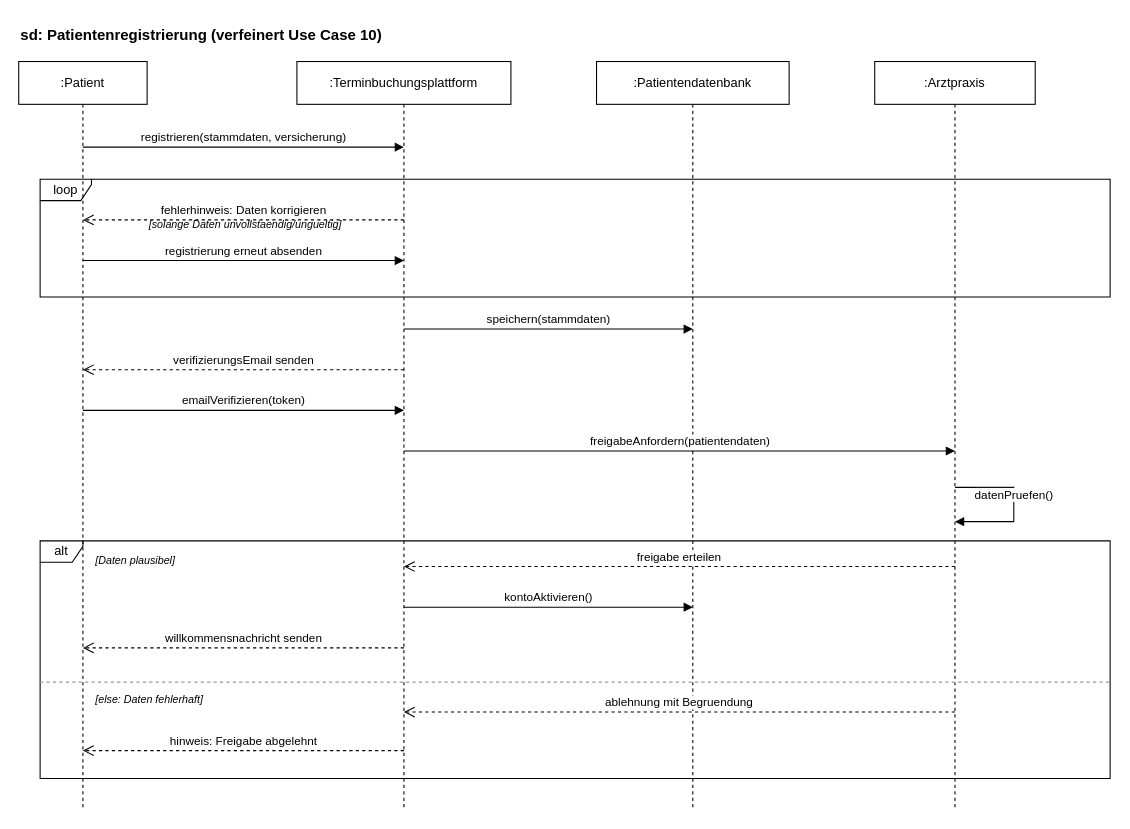
Earlier version of the draw.io diagram Sequenzdiagramme/05-Patientenregistrierung.drawio (LucaD2007/AutoMedic). Source tidied: cells renumbered, new cells numbered last; positions are measured from the earlier drawing's top-left corner, leaving out a move shared by most shapes. Both pictures are drawn from the tidied source at 107%, with x=0, y=0 at pixel (18, 18).
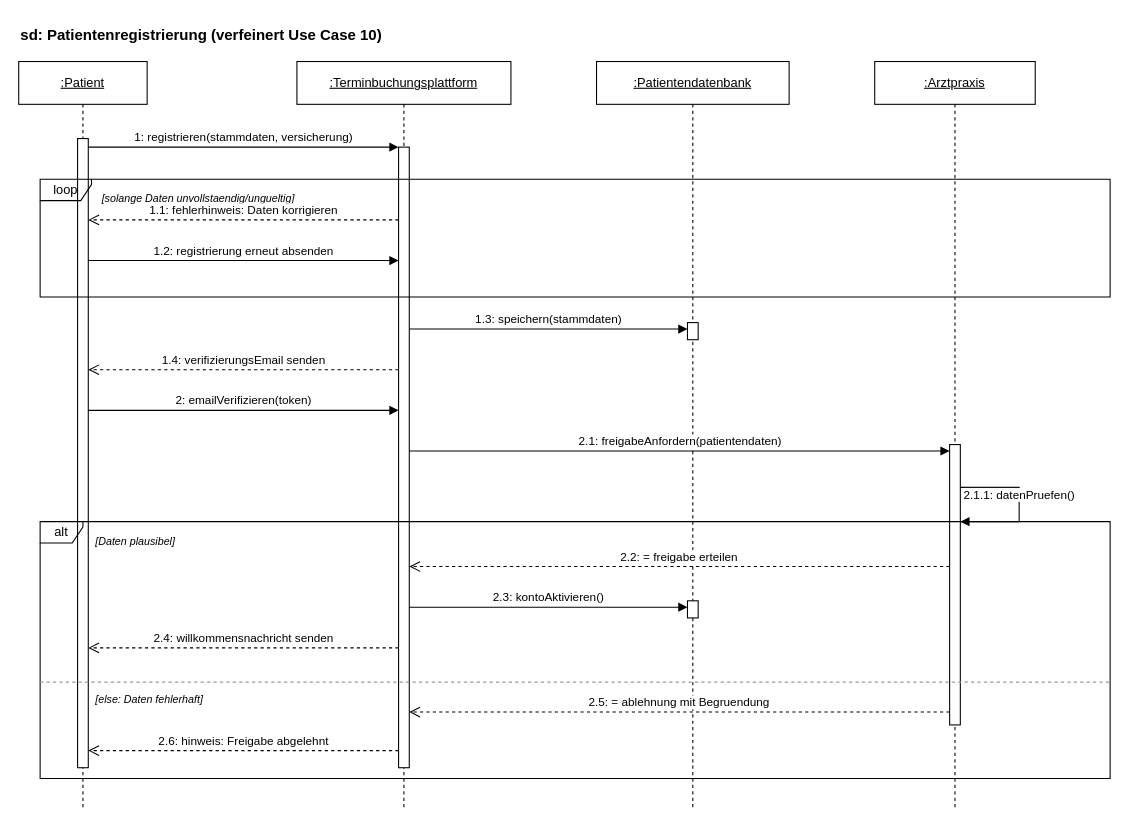
After the change.

Commit message (it also covers changes not shown here):
Sequenzdiagramm 5 verbessert

Change to the diagram source:
```diff
@@
-    <mxCell id="3" value=":Patient" style="shape=umlLifeline;perimeter=lifelinePerimeter;whiteSpace=wrap;html=1;size=40;" parent="1" vertex="1">
+    <mxCell id="3" value=":Patient" style="shape=umlLifeline;perimeter=lifelinePerimeter;whiteSpace=wrap;html=1;size=40;fontStyle=4;" parent="1" vertex="1">
       <mxGeometry y="40" width="120" height="700" as="geometry" />
     </mxCell>
-    <mxCell id="4" value=":Terminbuchungsplattform" style="shape=umlLifeline;perimeter=lifelinePerimeter;whiteSpace=wrap;html=1;size=40;" parent="1" vertex="1">
+    <mxCell id="4" value=":Terminbuchungsplattform" style="shape=umlLifeline;perimeter=lifelinePerimeter;whiteSpace=wrap;html=1;size=40;fontStyle=4;" parent="1" vertex="1">
       <mxGeometry x="260" y="40" width="200" height="700" as="geometry" />
     </mxCell>
-    <mxCell id="5" value=":Patientendatenbank" style="shape=umlLifeline;perimeter=lifelinePerimeter;whiteSpace=wrap;html=1;size=40;" parent="1" vertex="1">
+    <mxCell id="5" value=":Patientendatenbank" style="shape=umlLifeline;perimeter=lifelinePerimeter;whiteSpace=wrap;html=1;size=40;fontStyle=4;" parent="1" vertex="1">
       <mxGeometry x="540" y="40" width="180" height="700" as="geometry" />
     </mxCell>
-    <mxCell id="6" value=":Arztpraxis" style="shape=umlLifeline;perimeter=lifelinePerimeter;whiteSpace=wrap;html=1;size=40;" parent="1" vertex="1">
+    <mxCell id="6" value=":Arztpraxis" style="shape=umlLifeline;perimeter=lifelinePerimeter;whiteSpace=wrap;html=1;size=40;fontStyle=4;" parent="1" vertex="1">
       <mxGeometry x="800" y="40" width="150" height="700" as="geometry" />
     </mxCell>
+    <mxCell id="26" style="html=1;rounded=0;fillColor=#FFFFFF;strokeColor=#000000;" parent="1" vertex="1">
+      <mxGeometry x="55" y="112" width="10" height="588" as="geometry" />
+    </mxCell>
+    <mxCell id="27" style="html=1;rounded=0;fillColor=#FFFFFF;strokeColor=#000000;" parent="1" vertex="1">
+      <mxGeometry x="355" y="120" width="10" height="580" as="geometry" />
+    </mxCell>
+    <mxCell id="28" style="html=1;rounded=0;fillColor=#FFFFFF;strokeColor=#000000;" parent="1" vertex="1">
+      <mxGeometry x="625" y="284" width="10" height="16" as="geometry" />
+    </mxCell>
+    <mxCell id="29" style="html=1;rounded=0;fillColor=#FFFFFF;strokeColor=#000000;" parent="1" vertex="1">
+      <mxGeometry x="625" y="544" width="10" height="16" as="geometry" />
+    </mxCell>
+    <mxCell id="30" style="html=1;rounded=0;fillColor=#FFFFFF;strokeColor=#000000;" parent="1" vertex="1">
+      <mxGeometry x="870" y="398" width="10" height="262" as="geometry" />
+    </mxCell>
@@
     <mxCell id="8" value="[solange Daten unvollstaendig/ungueltig]" style="text;html=1;align=left;fontSize=10;fontStyle=2;" parent="1" vertex="1">
-      <mxGeometry x="120" y="180" width="320" height="18" as="geometry" />
+      <mxGeometry x="76" y="156" width="320" height="18" as="geometry" />
     </mxCell>
-    <mxCell id="9" value="datenPruefen()" style="html=1;verticalAlign=bottom;endArrow=block;rounded=0;" parent="1" edge="1">
-      <mxGeometry relative="1" as="geometry">
-        <mxPoint x="875" y="438" as="sourcePoint" />
-        <mxPoint x="875" y="470" as="targetPoint" />
-        <Array as="points">
-          <mxPoint x="930" y="438" />
-          <mxPoint x="930" y="470" />
-        </Array>
-      </mxGeometry>
-    </mxCell>
     <mxCell id="10" value="alt" style="shape=umlFrame;whiteSpace=wrap;html=1;width=40;height=20;fillColor=none;" parent="1" vertex="1">
-      <mxGeometry x="20" y="488" width="1000" height="222" as="geometry" />
+      <mxGeometry x="20" y="470" width="1000" height="240" as="geometry" />
     </mxCell>
     <mxCell id="11" value="[Daten plausibel]" style="text;html=1;align=left;fontSize=10;fontStyle=2;" parent="1" vertex="1">
-      <mxGeometry x="70" y="494" width="260" height="18" as="geometry" />
+      <mxGeometry x="70" y="476" width="260" height="18" as="geometry" />
     </mxCell>
@@
-    <mxCell id="14" value="registrieren(stammdaten, versicherung)" style="html=1;verticalAlign=bottom;endArrow=block;rounded=0;" parent="1" edge="1">
+    <mxCell id="14" value="1: registrieren(stammdaten, versicherung)" style="html=1;verticalAlign=bottom;endArrow=block;rounded=0;" parent="1" edge="1">
       <mxGeometry relative="1" as="geometry">
-        <mxPoint x="60" y="120" as="sourcePoint" />
-        <mxPoint x="360" y="120" as="targetPoint" />
+        <mxPoint x="65" y="120" as="sourcePoint" />
+        <mxPoint x="355" y="120" as="targetPoint" />
       </mxGeometry>
     </mxCell>
-    <mxCell id="15" value="fehlerhinweis: Daten korrigieren" style="html=1;verticalAlign=bottom;endArrow=open;dashed=1;rounded=0;endSize=8;" parent="1" edge="1">
+    <mxCell id="15" value="1.1: fehlerhinweis: Daten korrigieren" style="html=1;verticalAlign=bottom;endArrow=open;dashed=1;rounded=0;endSize=8;" parent="1" edge="1">
       <mxGeometry relative="1" as="geometry">
-        <mxPoint x="360" y="188" as="sourcePoint" />
-        <mxPoint x="60" y="188" as="targetPoint" />
+        <mxPoint x="355" y="188" as="sourcePoint" />
+        <mxPoint x="65" y="188" as="targetPoint" />
       </mxGeometry>
     </mxCell>
-    <mxCell id="16" value="registrierung erneut absenden" style="html=1;verticalAlign=bottom;endArrow=block;rounded=0;" parent="1" edge="1">
+    <mxCell id="16" value="1.2: registrierung erneut absenden" style="html=1;verticalAlign=bottom;endArrow=block;rounded=0;" parent="1" edge="1">
       <mxGeometry relative="1" as="geometry">
-        <mxPoint x="60" y="226" as="sourcePoint" />
-        <mxPoint x="360" y="226" as="targetPoint" />
+        <mxPoint x="65" y="226" as="sourcePoint" />
+        <mxPoint x="355" y="226" as="targetPoint" />
       </mxGeometry>
     </mxCell>
-    <mxCell id="17" value="speichern(stammdaten)" style="html=1;verticalAlign=bottom;endArrow=block;rounded=0;" parent="1" edge="1">
+    <mxCell id="17" value="1.3: speichern(stammdaten)" style="html=1;verticalAlign=bottom;endArrow=block;rounded=0;" parent="1" edge="1">
       <mxGeometry relative="1" as="geometry">
-        <mxPoint x="360" y="290" as="sourcePoint" />
-        <mxPoint x="630" y="290" as="targetPoint" />
+        <mxPoint x="365" y="290" as="sourcePoint" />
+        <mxPoint x="625" y="290" as="targetPoint" />
       </mxGeometry>
     </mxCell>
-    <mxCell id="18" value="verifizierungsEmail senden" style="html=1;verticalAlign=bottom;endArrow=open;dashed=1;rounded=0;endSize=8;" parent="1" edge="1">
+    <mxCell id="18" value="1.4: verifizierungsEmail senden" style="html=1;verticalAlign=bottom;endArrow=open;dashed=1;rounded=0;endSize=8;" parent="1" edge="1">
       <mxGeometry relative="1" as="geometry">
-        <mxPoint x="360" y="328" as="sourcePoint" />
-        <mxPoint x="60" y="328" as="targetPoint" />
+        <mxPoint x="355" y="328" as="sourcePoint" />
+        <mxPoint x="65" y="328" as="targetPoint" />
       </mxGeometry>
     </mxCell>
-    <mxCell id="19" value="emailVerifizieren(token)" style="html=1;verticalAlign=bottom;endArrow=block;rounded=0;" parent="1" edge="1">
+    <mxCell id="19" value="2: emailVerifizieren(token)" style="html=1;verticalAlign=bottom;endArrow=block;rounded=0;" parent="1" edge="1">
       <mxGeometry relative="1" as="geometry">
-        <mxPoint x="60" y="366" as="sourcePoint" />
-        <mxPoint x="360" y="366" as="targetPoint" />
+        <mxPoint x="65" y="366" as="sourcePoint" />
+        <mxPoint x="355" y="366" as="targetPoint" />
       </mxGeometry>
     </mxCell>
-    <mxCell id="20" value="freigabeAnfordern(patientendaten)" style="html=1;verticalAlign=bottom;endArrow=block;rounded=0;" parent="1" edge="1">
+    <mxCell id="20" value="2.1: freigabeAnfordern(patientendaten)" style="html=1;verticalAlign=bottom;endArrow=block;rounded=0;" parent="1" edge="1">
       <mxGeometry relative="1" as="geometry">
-        <mxPoint x="360" y="404" as="sourcePoint" />
-        <mxPoint x="875" y="404" as="targetPoint" />
+        <mxPoint x="365" y="404" as="sourcePoint" />
+        <mxPoint x="870" y="404" as="targetPoint" />
       </mxGeometry>
     </mxCell>
-    <mxCell id="21" value="freigabe erteilen" style="html=1;verticalAlign=bottom;endArrow=open;dashed=1;rounded=0;endSize=8;" parent="1" edge="1">
+    <mxCell id="21" value="2.2: = freigabe erteilen" style="html=1;verticalAlign=bottom;endArrow=open;dashed=1;rounded=0;endSize=8;" parent="1" edge="1">
       <mxGeometry relative="1" as="geometry">
-        <mxPoint x="875" y="512" as="sourcePoint" />
-        <mxPoint x="360" y="512" as="targetPoint" />
+        <mxPoint x="870" y="512" as="sourcePoint" />
+        <mxPoint x="365" y="512" as="targetPoint" />
       </mxGeometry>
     </mxCell>
-    <mxCell id="22" value="kontoAktivieren()" style="html=1;verticalAlign=bottom;endArrow=block;rounded=0;" parent="1" edge="1">
+    <mxCell id="22" value="2.3: kontoAktivieren()" style="html=1;verticalAlign=bottom;endArrow=block;rounded=0;" parent="1" edge="1">
       <mxGeometry relative="1" as="geometry">
-        <mxPoint x="360" y="550" as="sourcePoint" />
-        <mxPoint x="630" y="550" as="targetPoint" />
+        <mxPoint x="365" y="550" as="sourcePoint" />
+        <mxPoint x="625" y="550" as="targetPoint" />
       </mxGeometry>
     </mxCell>
-    <mxCell id="23" value="willkommensnachricht senden" style="html=1;verticalAlign=bottom;endArrow=open;dashed=1;rounded=0;endSize=8;" parent="1" edge="1">
+    <mxCell id="23" value="2.4: willkommensnachricht senden" style="html=1;verticalAlign=bottom;endArrow=open;dashed=1;rounded=0;endSize=8;" parent="1" edge="1">
       <mxGeometry relative="1" as="geometry">
-        <mxPoint x="360" y="588" as="sourcePoint" />
-        <mxPoint x="60" y="588" as="targetPoint" />
+        <mxPoint x="355" y="588" as="sourcePoint" />
+        <mxPoint x="65" y="588" as="targetPoint" />
       </mxGeometry>
     </mxCell>
-    <mxCell id="24" value="ablehnung mit Begruendung" style="html=1;verticalAlign=bottom;endArrow=open;dashed=1;rounded=0;endSize=8;" parent="1" edge="1">
+    <mxCell id="24" value="2.5: = ablehnung mit Begruendung" style="html=1;verticalAlign=bottom;endArrow=open;dashed=1;rounded=0;endSize=8;" parent="1" edge="1">
       <mxGeometry relative="1" as="geometry">
-        <mxPoint x="875" y="648" as="sourcePoint" />
-        <mxPoint x="360" y="648" as="targetPoint" />
+        <mxPoint x="870" y="648" as="sourcePoint" />
+        <mxPoint x="365" y="648" as="targetPoint" />
       </mxGeometry>
     </mxCell>
-    <mxCell id="25" value="hinweis: Freigabe abgelehnt" style="html=1;verticalAlign=bottom;endArrow=open;dashed=1;rounded=0;endSize=8;" parent="1" edge="1">
+    <mxCell id="25" value="2.6: hinweis: Freigabe abgelehnt" style="html=1;verticalAlign=bottom;endArrow=open;dashed=1;rounded=0;endSize=8;" parent="1" edge="1">
       <mxGeometry relative="1" as="geometry">
-        <mxPoint x="360" y="684" as="sourcePoint" />
-        <mxPoint x="60" y="684" as="targetPoint" />
+        <mxPoint x="355" y="684" as="sourcePoint" />
+        <mxPoint x="65" y="684" as="targetPoint" />
       </mxGeometry>
     </mxCell>
+    <mxCell id="9" value="2.1.1: datenPruefen()" style="html=1;verticalAlign=bottom;endArrow=block;rounded=0;" parent="1" edge="1">
+      <mxGeometry relative="1" as="geometry">
+        <mxPoint x="880" y="438" as="sourcePoint" />
+        <mxPoint x="880" y="470" as="targetPoint" />
+        <Array as="points">
+          <mxPoint x="935" y="438" />
+          <mxPoint x="935" y="470" />
+        </Array>
+      </mxGeometry>
+    </mxCell>
```
